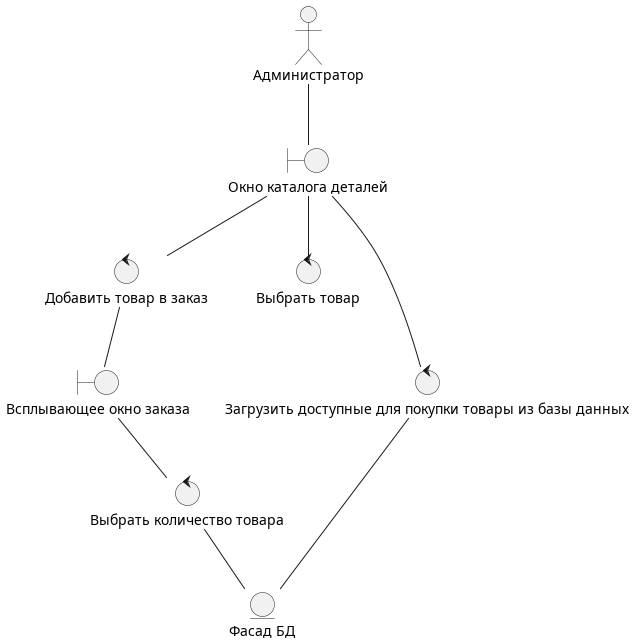
Above: uml-диаграммы/out/Диаграмма пригодности/Диаграмма_пригодности_Добавить_товар_в_заказ/Диаграмма_пригодности_Добавить_товар_в_заказ.png in BombasticFantastik/PIS_Course_work (PlantUML), before the change.
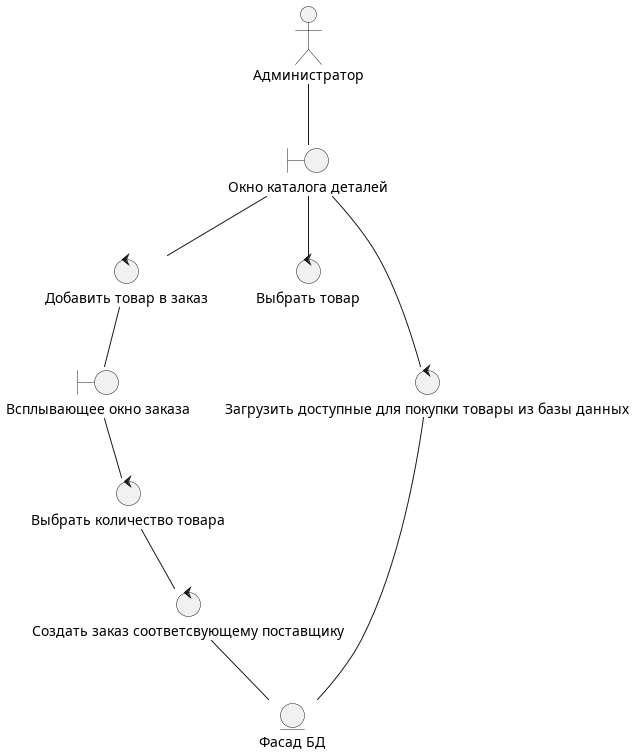
Above is the later version.

The edit, as a diff of the source:
```diff
@@ -14,6 +14,8 @@
 boundary "Всплывающее окно заказа" as admin_selected_order
 
 control "Выбрать количество товара" as choose_count
+
+control "Создать заказ соответсвующему поставщику" as get_order
 
 entity "Фасад БД" as facade_bd
 
@@ -38,6 +40,8 @@
 
 admin_selected_order--choose_count
 
-choose_count--facade_bd
+choose_count--get_order
+
+get_order--facade_bd
 
 @enduml
```
